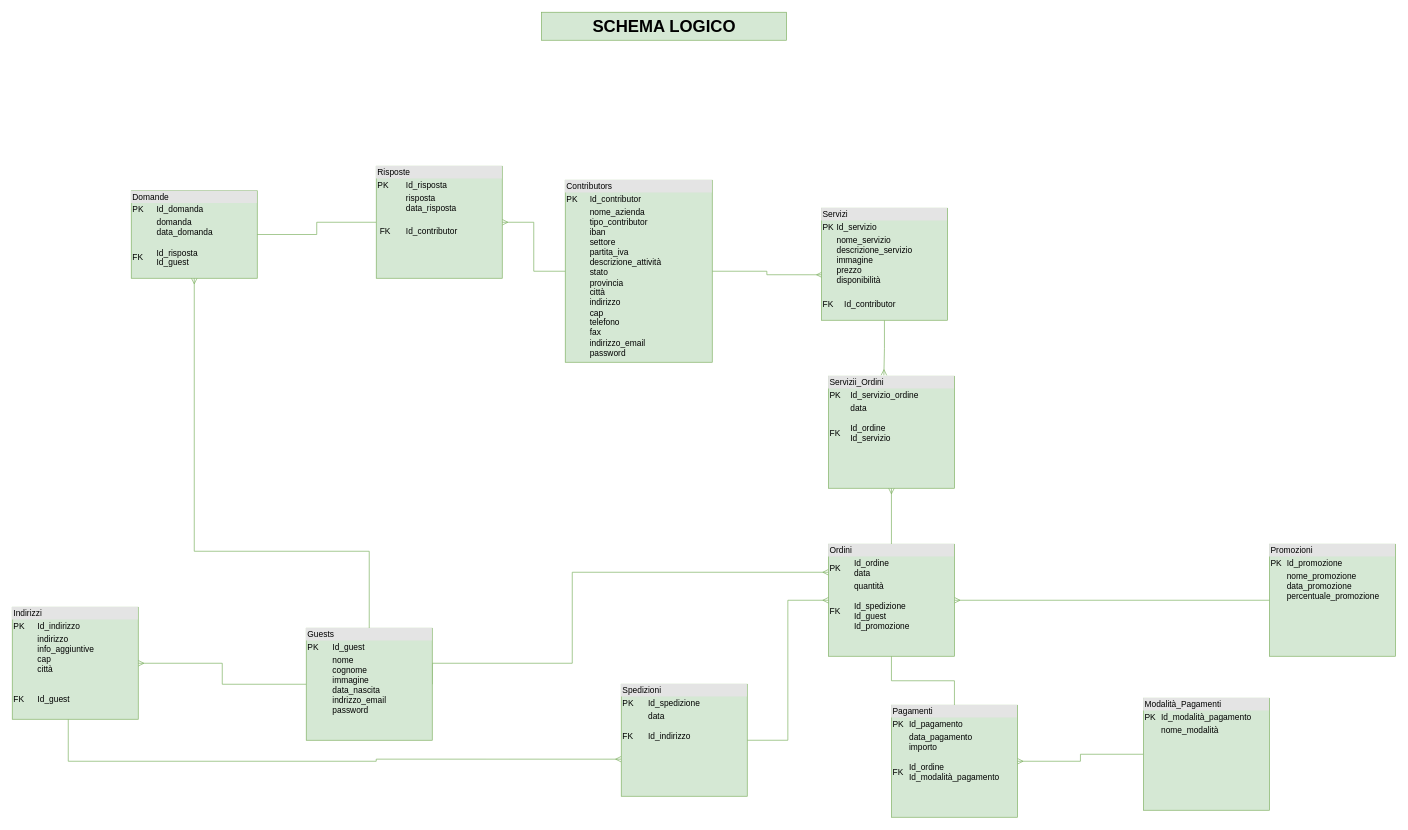
giadaventurini-pixel/giadaventurini-5binf keeps this draw.io diagram as schema logico new.drawio. Above is the earlier version. Source tidied: cells renumbered, new cells numbered last; positions are measured from the earlier drawing's top-left corner, leaving out a move shared by most shapes. Both pictures are drawn from the tidied source at 70%, with x=0, y=0 at pixel (12, 12).
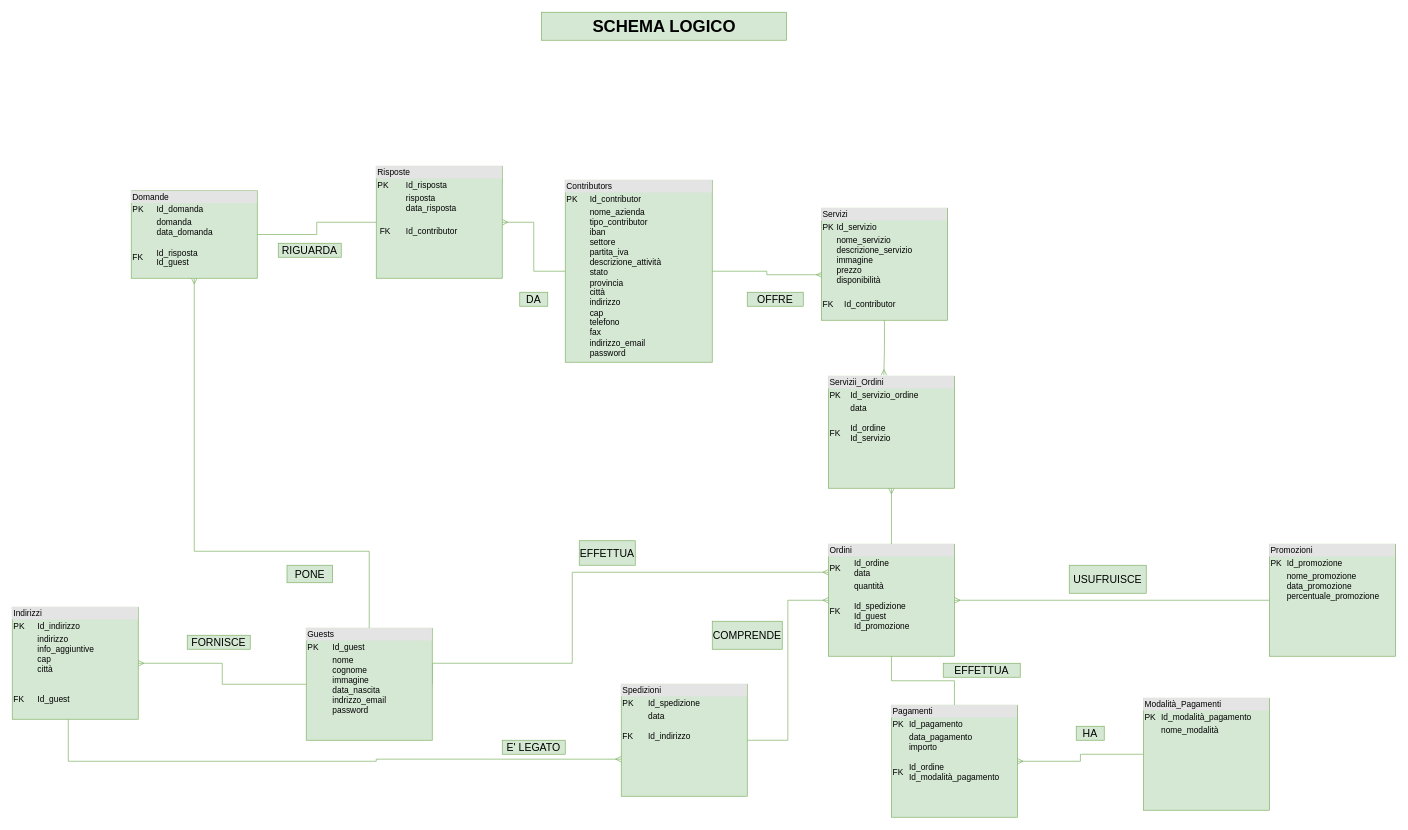
After the change.

Change to the diagram source:
```diff
@@
+    <mxCell id="28" value="&lt;span style=&quot;font-size: 15px&quot;&gt;RIGUARDA&lt;/span&gt;" style="text;html=1;align=center;verticalAlign=middle;whiteSpace=wrap;rounded=0;fillColor=#d5e8d4;strokeColor=#82b366;" parent="1" vertex="1">
+      <mxGeometry x="380" y="330" width="90" height="20" as="geometry" />
+    </mxCell>
+    <mxCell id="29" value="&lt;span style=&quot;font-size: 15px&quot;&gt;PONE&lt;/span&gt;" style="text;html=1;align=center;verticalAlign=middle;whiteSpace=wrap;rounded=0;fillColor=#d5e8d4;strokeColor=#82b366;" parent="1" vertex="1">
+      <mxGeometry x="392.5" y="790" width="65" height="25" as="geometry" />
+    </mxCell>
+    <mxCell id="30" value="&lt;span style=&quot;font-size: 15px&quot;&gt;FORNISCE&lt;/span&gt;" style="text;html=1;align=center;verticalAlign=middle;whiteSpace=wrap;rounded=0;fillColor=#d5e8d4;strokeColor=#82b366;" parent="1" vertex="1">
+      <mxGeometry x="250" y="890" width="90" height="20" as="geometry" />
+    </mxCell>
+    <mxCell id="31" value="&lt;span style=&quot;font-size: 15px&quot;&gt;E' LEGATO&lt;/span&gt;" style="text;html=1;align=center;verticalAlign=middle;whiteSpace=wrap;rounded=0;fillColor=#d5e8d4;strokeColor=#82b366;" parent="1" vertex="1">
+      <mxGeometry x="700" y="1040" width="90" height="20" as="geometry" />
+    </mxCell>
+    <mxCell id="32" value="&lt;span style=&quot;font-size: 15px&quot;&gt;EFFETTUA&lt;/span&gt;" style="text;html=1;align=center;verticalAlign=middle;whiteSpace=wrap;rounded=0;fillColor=#d5e8d4;strokeColor=#82b366;" parent="1" vertex="1">
+      <mxGeometry x="810" y="755" width="80" height="35" as="geometry" />
+    </mxCell>
+    <mxCell id="33" value="&lt;span style=&quot;font-size: 15px&quot;&gt;DA&lt;/span&gt;" style="text;html=1;align=center;verticalAlign=middle;whiteSpace=wrap;rounded=0;fillColor=#d5e8d4;strokeColor=#82b366;" parent="1" vertex="1">
+      <mxGeometry x="725" y="400" width="40" height="20" as="geometry" />
+    </mxCell>
+    <mxCell id="34" value="&lt;span style=&quot;font-size: 15px&quot;&gt;OFFRE&lt;/span&gt;" style="text;html=1;align=center;verticalAlign=middle;whiteSpace=wrap;rounded=0;fillColor=#d5e8d4;strokeColor=#82b366;" parent="1" vertex="1">
+      <mxGeometry x="1050" y="400" width="80" height="20" as="geometry" />
+    </mxCell>
+    <mxCell id="35" value="&lt;span style=&quot;font-size: 15px&quot;&gt;COMPRENDE&lt;br&gt;&lt;/span&gt;" style="text;html=1;align=center;verticalAlign=middle;whiteSpace=wrap;rounded=0;fillColor=#d5e8d4;strokeColor=#82b366;" parent="1" vertex="1">
+      <mxGeometry x="1000" y="870" width="100" height="40" as="geometry" />
+    </mxCell>
+    <mxCell id="36" value="&lt;span style=&quot;font-size: 15px&quot;&gt;EFFETTUA&lt;/span&gt;" style="text;html=1;align=center;verticalAlign=middle;whiteSpace=wrap;rounded=0;fillColor=#d5e8d4;strokeColor=#82b366;" parent="1" vertex="1">
+      <mxGeometry x="1330" y="930" width="110" height="20" as="geometry" />
+    </mxCell>
+    <mxCell id="37" value="&lt;span style=&quot;font-size: 15px&quot;&gt;USUFRUISCE&lt;br&gt;&lt;/span&gt;" style="text;html=1;align=center;verticalAlign=middle;whiteSpace=wrap;rounded=0;fillColor=#d5e8d4;strokeColor=#82b366;" parent="1" vertex="1">
+      <mxGeometry x="1510" y="790" width="110" height="40" as="geometry" />
+    </mxCell>
+    <mxCell id="38" value="&lt;font style=&quot;font-size: 15px&quot;&gt;HA&lt;/font&gt;" style="text;html=1;align=center;verticalAlign=middle;whiteSpace=wrap;rounded=0;fillColor=#d5e8d4;strokeColor=#82b366;" parent="1" vertex="1">
+      <mxGeometry x="1520" y="1020" width="40" height="20" as="geometry" />
+    </mxCell>
```
